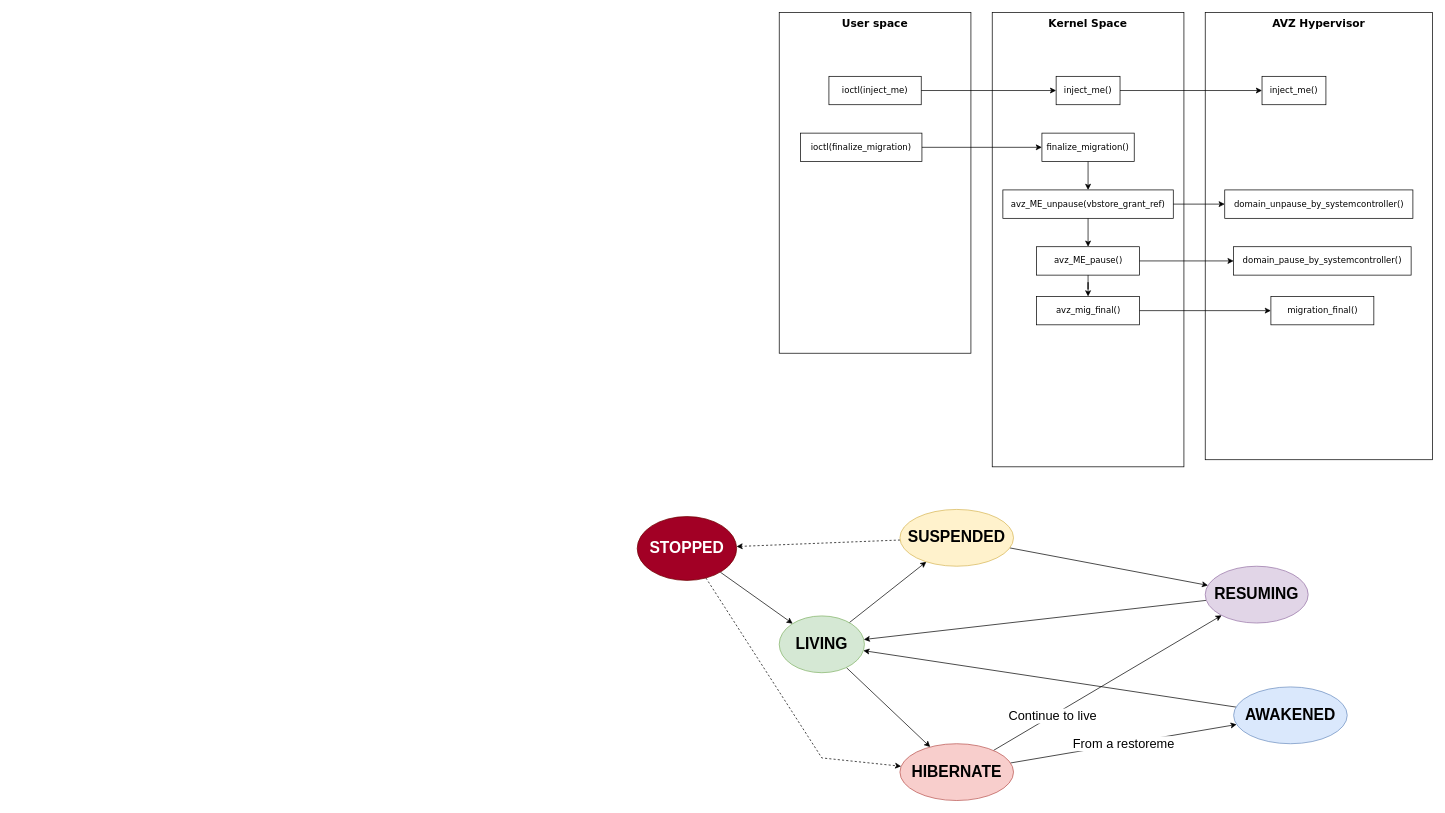
Earlier version of the draw.io diagram page "Injection" (14 of 15) of doc/source/img/SOO.drawio (smartobjectoriented/soo). Source tidied: cells renumbered, new cells numbered last; positions are measured from the earlier drawing's top-left corner, leaving out a move shared by most shapes. Both pictures are drawn from the tidied source at 71%, with x=0, y=0 at pixel (637, 12).
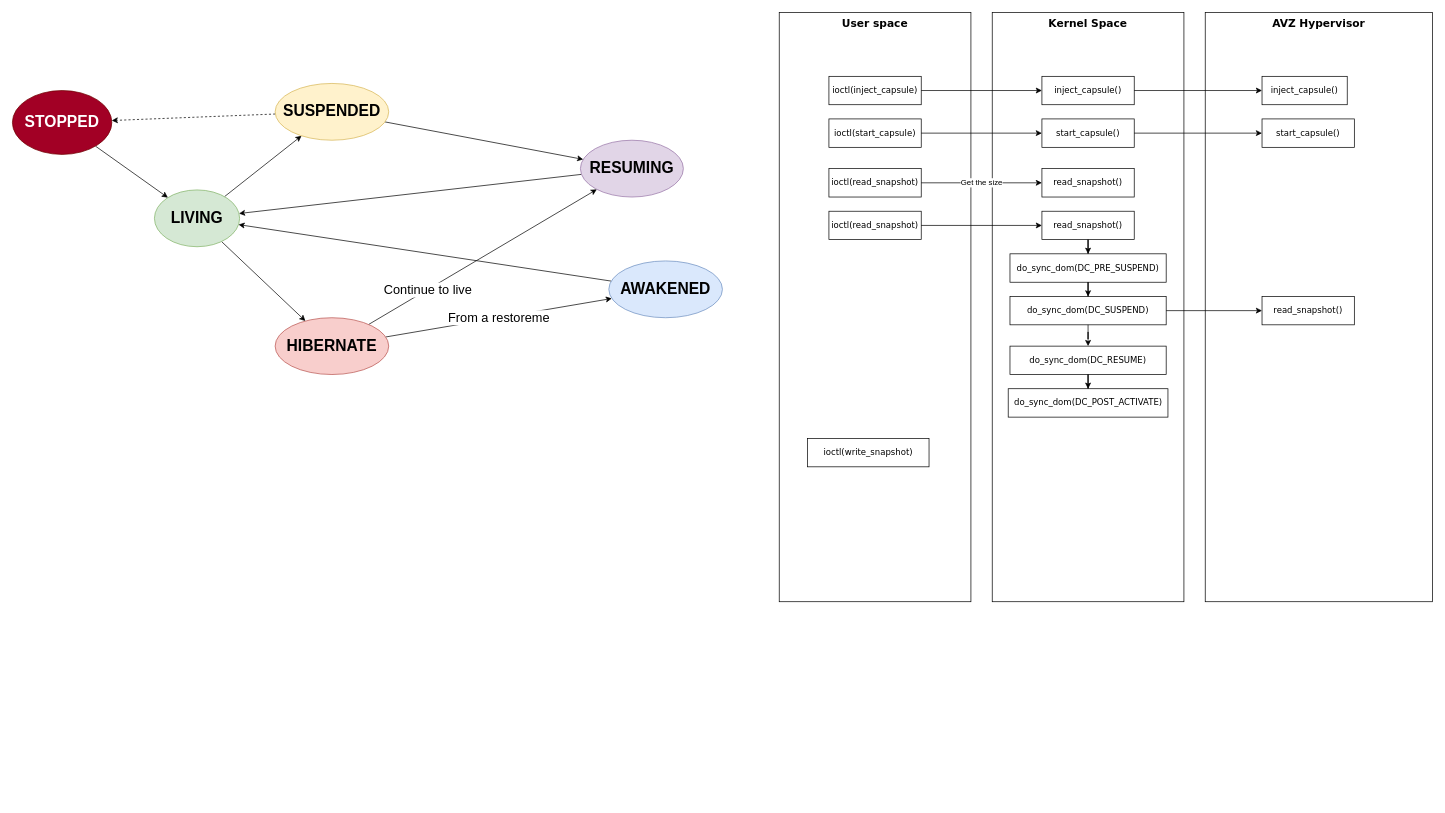
The same diagram, later.

What changed in the source:
```diff
@@
     <mxCell id="2" value="User space" style="rounded=0;whiteSpace=wrap;html=1;align=center;verticalAlign=top;fontFamily=Verdana;fontSize=15;fontColor=default;fontStyle=1;fillColor=default;gradientColor=none;labelBackgroundColor=default;" parent="1" vertex="1">
-      <mxGeometry x="200" width="270" height="480" as="geometry" />
+      <mxGeometry x="200" width="270" height="830" as="geometry" />
     </mxCell>
     <mxCell id="3" value="Kernel Space" style="rounded=0;whiteSpace=wrap;html=1;align=center;verticalAlign=top;fontFamily=Verdana;fontSize=15;fontColor=default;fontStyle=1;fillColor=default;gradientColor=none;labelBackgroundColor=default;" parent="1" vertex="1">
-      <mxGeometry x="500" width="270" height="640" as="geometry" />
+      <mxGeometry x="500" width="270" height="830" as="geometry" />
     </mxCell>
     <mxCell id="4" value="AVZ Hypervisor" style="rounded=0;whiteSpace=wrap;html=1;align=center;verticalAlign=top;fontFamily=Verdana;fontSize=15;fontColor=default;fontStyle=1;fillColor=default;gradientColor=none;labelBackgroundColor=default;" parent="1" vertex="1">
-      <mxGeometry x="800" width="320" height="630" as="geometry" />
+      <mxGeometry x="800" width="320" height="830" as="geometry" />
     </mxCell>
@@
-    <mxCell id="6" value="inject_me()" style="rounded=0;whiteSpace=wrap;html=1;align=center;verticalAlign=middle;fontFamily=Verdana;fontSize=12;fontColor=default;fontStyle=0;fillColor=none;gradientColor=none;" parent="1" vertex="1">
-      <mxGeometry x="590" y="90" width="90" height="40" as="geometry" />
+    <mxCell id="6" value="inject_capsule()" style="rounded=0;whiteSpace=wrap;html=1;align=center;verticalAlign=middle;fontFamily=Verdana;fontSize=12;fontColor=default;fontStyle=0;fillColor=none;gradientColor=none;" parent="1" vertex="1">
+      <mxGeometry x="570" y="90" width="130" height="40" as="geometry" />
     </mxCell>
-    <mxCell id="7" value="inject_me()" style="rounded=0;whiteSpace=wrap;html=1;align=center;verticalAlign=middle;fontFamily=Verdana;fontSize=12;fontColor=default;fontStyle=0;fillColor=none;gradientColor=none;" parent="1" vertex="1">
-      <mxGeometry x="880" y="90" width="90" height="40" as="geometry" />
+    <mxCell id="7" value="inject_capsule()" style="rounded=0;whiteSpace=wrap;html=1;align=center;verticalAlign=middle;fontFamily=Verdana;fontSize=12;fontColor=default;fontStyle=0;fillColor=none;gradientColor=none;" parent="1" vertex="1">
+      <mxGeometry x="880" y="90" width="120" height="40" as="geometry" />
     </mxCell>
@@
-    <mxCell id="9" value="ioctl(inject_me)" style="rounded=0;whiteSpace=wrap;html=1;align=center;verticalAlign=middle;fontFamily=Verdana;fontSize=12;fontColor=default;fontStyle=0;fillColor=none;gradientColor=none;" parent="1" vertex="1">
+    <mxCell id="9" value="ioctl(inject_capsule)" style="rounded=0;whiteSpace=wrap;html=1;align=center;verticalAlign=middle;fontFamily=Verdana;fontSize=12;fontColor=default;fontStyle=0;fillColor=none;gradientColor=none;" parent="1" vertex="1">
       <mxGeometry x="270" y="90" width="130" height="40" as="geometry" />
     </mxCell>
-    <mxCell id="10" style="edgeStyle=orthogonalEdgeStyle;rounded=0;jettySize=auto;html=1;fontFamily=Verdana;fontSize=12;fontColor=default;fontStyle=0;" parent="1" edge="1" source="11" target="16">
-      <mxGeometry relative="1" as="geometry" />
-    </mxCell>
-    <mxCell id="11" value="finalize_migration()" style="rounded=0;whiteSpace=wrap;html=1;align=center;verticalAlign=middle;fontFamily=Verdana;fontSize=12;fontColor=default;fontStyle=0;fillColor=none;gradientColor=none;" parent="1" vertex="1">
-      <mxGeometry x="570" y="170" width="130" height="40" as="geometry" />
-    </mxCell>
-    <mxCell id="12" style="edgeStyle=orthogonalEdgeStyle;rounded=0;jettySize=auto;html=1;fontFamily=Verdana;fontSize=12;fontColor=default;fontStyle=0;" parent="1" edge="1" source="13" target="11">
-      <mxGeometry relative="1" as="geometry" />
-    </mxCell>
-    <mxCell id="13" value="ioctl(finalize_migration)" style="rounded=0;whiteSpace=wrap;html=1;align=center;verticalAlign=middle;fontFamily=Verdana;fontSize=12;fontColor=default;fontStyle=0;fillColor=none;gradientColor=none;" parent="1" vertex="1">
-      <mxGeometry x="230" y="170" width="171" height="40" as="geometry" />
-    </mxCell>
-    <mxCell id="14" style="edgeStyle=orthogonalEdgeStyle;rounded=0;jettySize=auto;html=1;fontFamily=Verdana;fontSize=12;fontColor=default;fontStyle=0;" parent="1" edge="1" source="16" target="19">
-      <mxGeometry relative="1" as="geometry" />
-    </mxCell>
-    <mxCell id="15" style="edgeStyle=orthogonalEdgeStyle;rounded=0;jettySize=auto;html=1;" parent="1" edge="1" source="16" target="24">
-      <mxGeometry relative="1" as="geometry" />
-    </mxCell>
-    <mxCell id="16" value="avz_ME_unpause(vbstore_grant_ref)" style="rounded=0;whiteSpace=wrap;html=1;align=center;verticalAlign=middle;fontFamily=Verdana;fontSize=12;fontColor=default;fontStyle=0;fillColor=none;gradientColor=none;" parent="1" vertex="1">
-      <mxGeometry x="515" y="250" width="240" height="40" as="geometry" />
-    </mxCell>
-    <mxCell id="17" style="edgeStyle=orthogonalEdgeStyle;rounded=0;jettySize=auto;html=1;fontFamily=Verdana;fontSize=12;fontColor=default;fontStyle=0;" parent="1" edge="1" source="19" target="21">
-      <mxGeometry relative="1" as="geometry" />
-    </mxCell>
-    <mxCell id="18" style="edgeStyle=orthogonalEdgeStyle;rounded=0;jettySize=auto;html=1;" parent="1" edge="1" source="19" target="23">
-      <mxGeometry relative="1" as="geometry" />
-    </mxCell>
-    <mxCell id="19" value="avz_ME_pause()" style="rounded=0;whiteSpace=wrap;html=1;align=center;verticalAlign=middle;fontFamily=Verdana;fontSize=12;fontColor=default;fontStyle=0;fillColor=none;gradientColor=none;" parent="1" vertex="1">
-      <mxGeometry x="562.5" y="330" width="145" height="40" as="geometry" />
-    </mxCell>
-    <mxCell id="20" style="edgeStyle=orthogonalEdgeStyle;rounded=0;jettySize=auto;html=1;fontFamily=Verdana;fontSize=12;fontColor=default;fontStyle=0;" parent="1" edge="1" source="21" target="22">
-      <mxGeometry relative="1" as="geometry" />
-    </mxCell>
-    <mxCell id="21" value="avz_mig_final()" style="rounded=0;whiteSpace=wrap;html=1;align=center;verticalAlign=middle;fontFamily=Verdana;fontSize=12;fontColor=default;fontStyle=0;fillColor=none;gradientColor=none;" parent="1" vertex="1">
-      <mxGeometry x="562.5" y="400" width="145" height="40" as="geometry" />
-    </mxCell>
-    <mxCell id="22" value="migration_final()" style="rounded=0;whiteSpace=wrap;html=1;align=center;verticalAlign=middle;fontFamily=Verdana;fontSize=12;fontColor=default;fontStyle=0;fillColor=none;gradientColor=none;" parent="1" vertex="1">
-      <mxGeometry x="892.5" y="400" width="145" height="40" as="geometry" />
-    </mxCell>
-    <mxCell id="23" value="domain_pause_by_systemcontroller()" style="rounded=0;whiteSpace=wrap;html=1;align=center;verticalAlign=middle;fontFamily=Verdana;fontSize=12;fontColor=default;fontStyle=0;fillColor=none;gradientColor=none;" parent="1" vertex="1">
-      <mxGeometry x="840" y="330" width="250" height="40" as="geometry" />
-    </mxCell>
-    <mxCell id="24" value="domain_unpause_by_systemcontroller()" style="rounded=0;whiteSpace=wrap;html=1;align=center;verticalAlign=middle;fontFamily=Verdana;fontSize=12;fontColor=default;fontStyle=0;fillColor=none;gradientColor=none;" parent="1" vertex="1">
-      <mxGeometry x="827.5" y="250" width="265" height="40" as="geometry" />
-    </mxCell>
@@
     <mxCell id="27" value="LIVING" style="ellipse;whiteSpace=wrap;html=1;fillColor=#d5e8d4;strokeColor=#82b366;fontStyle=1;fontSize=22;" parent="1" vertex="1">
-      <mxGeometry x="200" y="850" width="120" height="80" as="geometry" />
+      <mxGeometry x="-680" y="250" width="120" height="80" as="geometry" />
     </mxCell>
@@
     <mxCell id="29" value="RESUMING" style="ellipse;whiteSpace=wrap;html=1;fillColor=#e1d5e7;strokeColor=#9673a6;fontStyle=1;fontSize=22;" parent="1" vertex="1">
-      <mxGeometry x="800" y="780" width="145" height="80" as="geometry" />
+      <mxGeometry x="-80" y="180" width="145" height="80" as="geometry" />
     </mxCell>
@@
     <mxCell id="32" value="SUSPENDED" style="ellipse;whiteSpace=wrap;html=1;fillColor=#fff2cc;strokeColor=#d6b656;fontStyle=1;fontSize=22;" parent="1" vertex="1">
-      <mxGeometry x="370" y="700" width="160" height="80" as="geometry" />
+      <mxGeometry x="-510" y="100" width="160" height="80" as="geometry" />
     </mxCell>
@@
     <mxCell id="35" value="HIBERNATE" style="ellipse;whiteSpace=wrap;html=1;fillColor=#f8cecc;strokeColor=#b85450;fontStyle=1;fontSize=22;" parent="1" vertex="1">
-      <mxGeometry x="370" y="1030" width="160" height="80" as="geometry" />
+      <mxGeometry x="-510" y="430" width="160" height="80" as="geometry" />
     </mxCell>
@@
     <mxCell id="37" value="AWAKENED" style="ellipse;whiteSpace=wrap;html=1;fillColor=#dae8fc;strokeColor=#6c8ebf;fontStyle=1;fontSize=22;" parent="1" vertex="1">
-      <mxGeometry x="840" y="950" width="160" height="80" as="geometry" />
+      <mxGeometry x="-40" y="350" width="160" height="80" as="geometry" />
     </mxCell>
@@
-    <mxCell id="39" style="rounded=0;jettySize=auto;html=1;dashed=1;" parent="1" edge="1" source="40" target="35">
-      <mxGeometry relative="1" as="geometry">
-        <Array as="points">
-          <mxPoint x="260" y="1050" />
-        </Array>
-      </mxGeometry>
-    </mxCell>
     <mxCell id="40" value="STOPPED" style="ellipse;whiteSpace=wrap;html=1;fillColor=#a20025;strokeColor=#6F0000;fontStyle=1;fontSize=22;fontColor=#ffffff;" parent="1" vertex="1">
-      <mxGeometry y="710" width="140" height="90" as="geometry" />
+      <mxGeometry x="-880" y="110" width="140" height="90" as="geometry" />
     </mxCell>
+    <mxCell id="41" value="ioctl(write_snapshot)" style="rounded=0;whiteSpace=wrap;html=1;align=center;verticalAlign=middle;fontFamily=Verdana;fontSize=12;fontColor=default;fontStyle=0;fillColor=none;gradientColor=none;" parent="1" vertex="1">
+      <mxGeometry x="240" y="600" width="171" height="40" as="geometry" />
+    </mxCell>
+    <mxCell id="42" style="edgeStyle=orthogonalEdgeStyle;rounded=0;jettySize=auto;html=1;" parent="1" edge="1" source="43" target="45">
+      <mxGeometry relative="1" as="geometry" />
+    </mxCell>
+    <mxCell id="43" value="ioctl(start_capsule)" style="rounded=0;whiteSpace=wrap;html=1;align=center;verticalAlign=middle;fontFamily=Verdana;fontSize=12;fontColor=default;fontStyle=0;fillColor=none;gradientColor=none;" parent="1" vertex="1">
+      <mxGeometry x="270" y="150" width="130" height="40" as="geometry" />
+    </mxCell>
+    <mxCell id="44" style="edgeStyle=orthogonalEdgeStyle;rounded=0;jettySize=auto;html=1;" parent="1" edge="1" source="45" target="46">
+      <mxGeometry relative="1" as="geometry" />
+    </mxCell>
+    <mxCell id="45" value="start_capsule()" style="rounded=0;whiteSpace=wrap;html=1;align=center;verticalAlign=middle;fontFamily=Verdana;fontSize=12;fontColor=default;fontStyle=0;fillColor=none;gradientColor=none;" parent="1" vertex="1">
+      <mxGeometry x="570" y="150" width="130" height="40" as="geometry" />
+    </mxCell>
+    <mxCell id="46" value="start_capsule()" style="rounded=0;whiteSpace=wrap;html=1;align=center;verticalAlign=middle;fontFamily=Verdana;fontSize=12;fontColor=default;fontStyle=0;fillColor=none;gradientColor=none;" parent="1" vertex="1">
+      <mxGeometry x="880" y="150" width="130" height="40" as="geometry" />
+    </mxCell>
+    <mxCell id="47" value="Get the size" style="edgeStyle=orthogonalEdgeStyle;rounded=0;jettySize=auto;html=1;" parent="1" edge="1" source="48" target="49">
+      <mxGeometry relative="1" as="geometry" />
+    </mxCell>
+    <mxCell id="48" value="ioctl(read_snapshot)" style="rounded=0;whiteSpace=wrap;html=1;align=center;verticalAlign=middle;fontFamily=Verdana;fontSize=12;fontColor=default;fontStyle=0;fillColor=none;gradientColor=none;" parent="1" vertex="1">
+      <mxGeometry x="270" y="220" width="130" height="40" as="geometry" />
+    </mxCell>
+    <mxCell id="49" value="read_snapshot()" style="rounded=0;whiteSpace=wrap;html=1;align=center;verticalAlign=middle;fontFamily=Verdana;fontSize=12;fontColor=default;fontStyle=0;fillColor=none;gradientColor=none;" parent="1" vertex="1">
+      <mxGeometry x="570" y="220" width="130" height="40" as="geometry" />
+    </mxCell>
+    <mxCell id="50" style="edgeStyle=orthogonalEdgeStyle;rounded=0;jettySize=auto;html=1;" parent="1" edge="1" source="51" target="53">
+      <mxGeometry relative="1" as="geometry" />
+    </mxCell>
+    <mxCell id="51" value="ioctl(read_snapshot)" style="rounded=0;whiteSpace=wrap;html=1;align=center;verticalAlign=middle;fontFamily=Verdana;fontSize=12;fontColor=default;fontStyle=0;fillColor=none;gradientColor=none;" parent="1" vertex="1">
+      <mxGeometry x="270" y="280" width="130" height="40" as="geometry" />
+    </mxCell>
+    <mxCell id="52" style="edgeStyle=orthogonalEdgeStyle;rounded=0;jettySize=auto;html=1;" parent="1" edge="1" source="53" target="55">
+      <mxGeometry relative="1" as="geometry" />
+    </mxCell>
+    <mxCell id="53" value="read_snapshot()" style="rounded=0;whiteSpace=wrap;html=1;align=center;verticalAlign=middle;fontFamily=Verdana;fontSize=12;fontColor=default;fontStyle=0;fillColor=none;gradientColor=none;" parent="1" vertex="1">
+      <mxGeometry x="570" y="280" width="130" height="40" as="geometry" />
+    </mxCell>
+    <mxCell id="54" style="edgeStyle=orthogonalEdgeStyle;rounded=0;jettySize=auto;html=1;" parent="1" edge="1" source="55" target="58">
+      <mxGeometry relative="1" as="geometry" />
+    </mxCell>
+    <mxCell id="55" value="do_sync_dom(DC_PRE_SUSPEND)" style="rounded=0;whiteSpace=wrap;html=1;align=center;verticalAlign=middle;fontFamily=Verdana;fontSize=12;fontColor=default;fontStyle=0;fillColor=none;gradientColor=none;" parent="1" vertex="1">
+      <mxGeometry x="525" y="340" width="220" height="40" as="geometry" />
+    </mxCell>
+    <mxCell id="56" style="edgeStyle=orthogonalEdgeStyle;rounded=0;jettySize=auto;html=1;" parent="1" edge="1" source="58" target="59">
+      <mxGeometry relative="1" as="geometry" />
+    </mxCell>
+    <mxCell id="57" style="edgeStyle=orthogonalEdgeStyle;rounded=0;jettySize=auto;html=1;" parent="1" edge="1" source="58" target="61">
+      <mxGeometry relative="1" as="geometry" />
+    </mxCell>
+    <mxCell id="58" value="do_sync_dom(DC_SUSPEND)" style="rounded=0;whiteSpace=wrap;html=1;align=center;verticalAlign=middle;fontFamily=Verdana;fontSize=12;fontColor=default;fontStyle=0;fillColor=none;gradientColor=none;" parent="1" vertex="1">
+      <mxGeometry x="525" y="400" width="220" height="40" as="geometry" />
+    </mxCell>
+    <mxCell id="59" value="read_snapshot()" style="rounded=0;whiteSpace=wrap;html=1;align=center;verticalAlign=middle;fontFamily=Verdana;fontSize=12;fontColor=default;fontStyle=0;fillColor=none;gradientColor=none;" parent="1" vertex="1">
+      <mxGeometry x="880" y="400" width="130" height="40" as="geometry" />
+    </mxCell>
+    <mxCell id="60" style="edgeStyle=orthogonalEdgeStyle;rounded=0;jettySize=auto;html=1;" parent="1" edge="1" source="61" target="62">
+      <mxGeometry relative="1" as="geometry" />
+    </mxCell>
+    <mxCell id="61" value="do_sync_dom(DC_RESUME)" style="rounded=0;whiteSpace=wrap;html=1;align=center;verticalAlign=middle;fontFamily=Verdana;fontSize=12;fontColor=default;fontStyle=0;fillColor=none;gradientColor=none;" parent="1" vertex="1">
+      <mxGeometry x="525" y="470" width="220" height="40" as="geometry" />
+    </mxCell>
+    <mxCell id="62" value="do_sync_dom(DC_POST_ACTIVATE)" style="rounded=0;whiteSpace=wrap;html=1;align=center;verticalAlign=middle;fontFamily=Verdana;fontSize=12;fontColor=default;fontStyle=0;fillColor=none;gradientColor=none;" parent="1" vertex="1">
+      <mxGeometry x="522.5" y="530" width="225" height="40" as="geometry" />
+    </mxCell>
```
